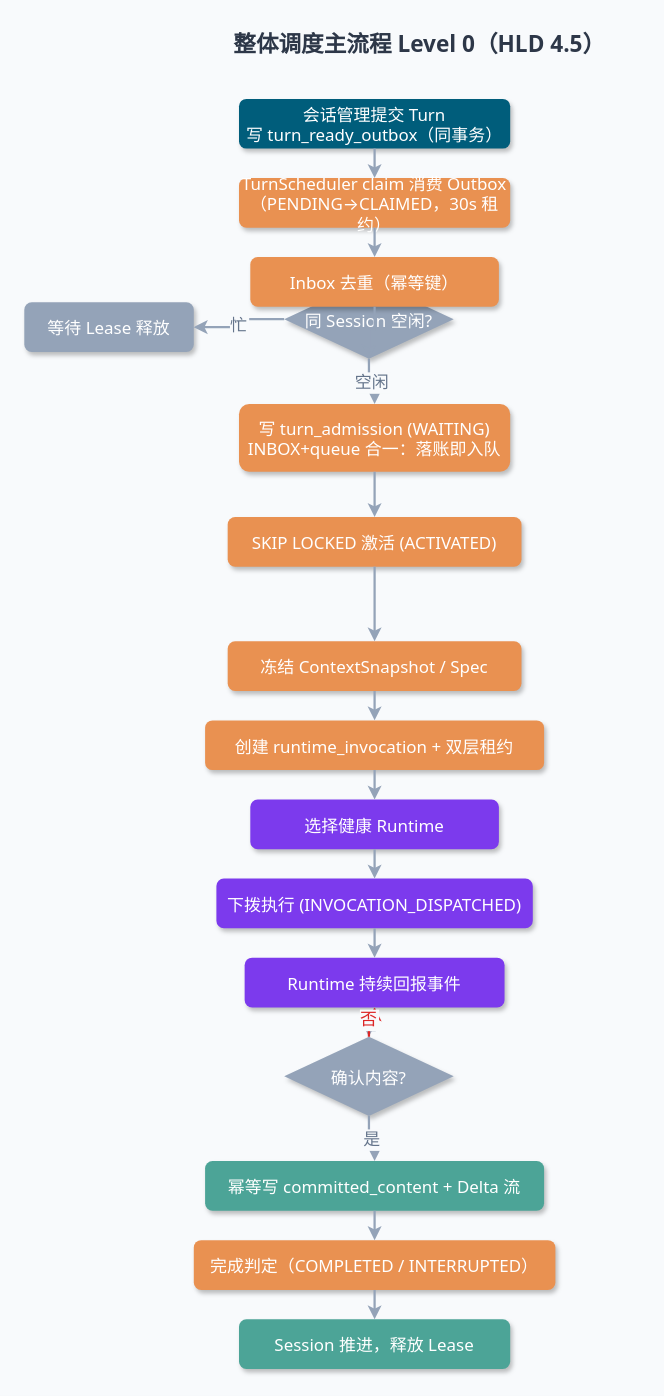
JamesLi-NLP/AgentGateway keeps this draw.io diagram as page "level0-scheduling" (5 of 7) of design/diagrams/drawio/turn-scheduler-hld.drawio. Above is the earlier version. Source tidied: cells renumbered, new cells numbered last; positions are measured from the earlier drawing's top-left corner, leaving out a move shared by most shapes. Both pictures are drawn from the tidied source at 113%, with x=0, y=0 at pixel (24, 19).
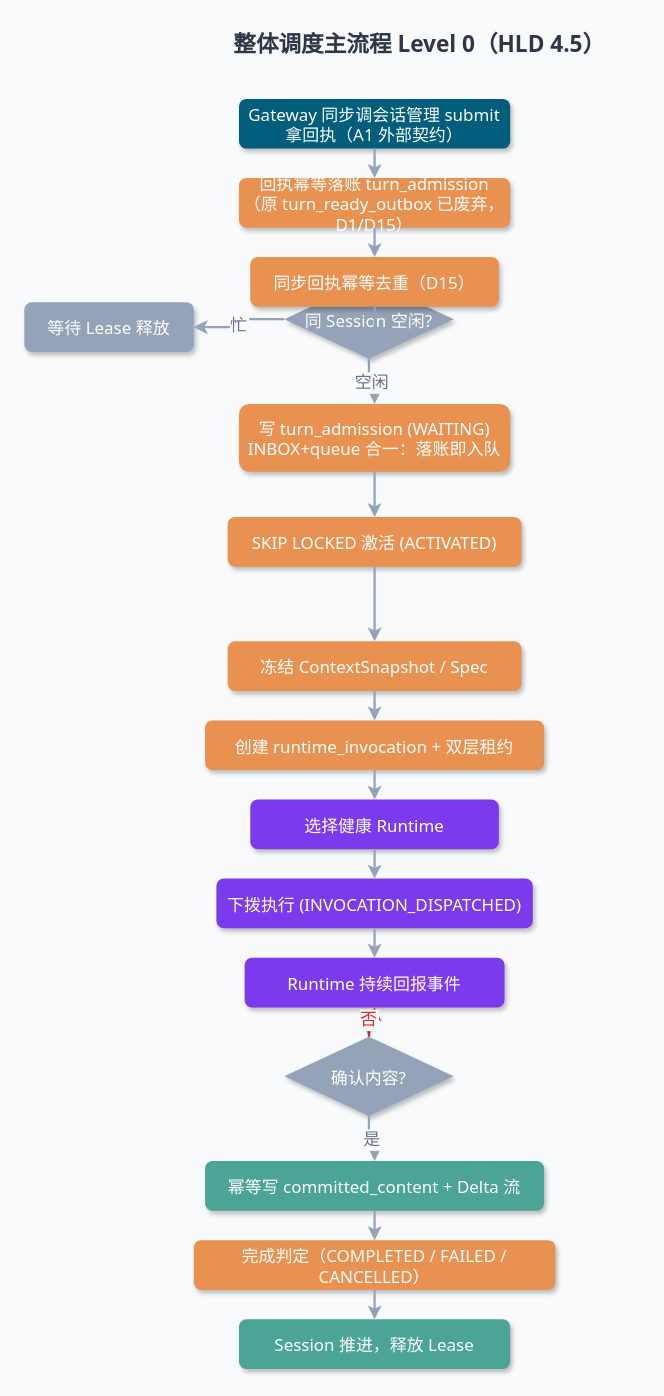
After the change.

Change to the diagram source:
```diff
@@
-    <mxCell id="5" value="会话管理提交 Turn&#10;写 turn_ready_outbox（同事务）" style="rounded=1;whiteSpace=wrap;fillColor=#005D7B;strokeColor=none;fontColor=#FFFFFF;fontFamily=system-ui, -apple-system, PingFang SC, Microsoft YaHei, sans-serif;fontSize=15;shadow=1;" parent="1" vertex="1">
+    <mxCell id="5" value="Gateway 同步调会话管理 submit&#10;拿回执（A1 外部契约）" style="rounded=1;whiteSpace=wrap;fillColor=#005D7B;strokeColor=none;fontColor=#FFFFFF;fontFamily=system-ui, -apple-system, PingFang SC, Microsoft YaHei, sans-serif;fontSize=15;shadow=1;" parent="1" vertex="1">
       <mxGeometry x="190" y="70" width="240" height="44" as="geometry" />
     </mxCell>
-    <mxCell id="6" value="TurnScheduler claim 消费 Outbox&#10;（PENDING→CLAIMED，30s 租约）" style="rounded=1;whiteSpace=wrap;fillColor=#E99151;strokeColor=none;fontColor=#FFFFFF;fontFamily=system-ui, -apple-system, PingFang SC, Microsoft YaHei, sans-serif;fontSize=15;shadow=1;" parent="1" vertex="1">
+    <mxCell id="6" value="回执幂等落账 turn_admission&#10;（原 turn_ready_outbox 已废弃，D1/D15）" style="rounded=1;whiteSpace=wrap;fillColor=#E99151;strokeColor=none;fontColor=#FFFFFF;fontFamily=system-ui, -apple-system, PingFang SC, Microsoft YaHei, sans-serif;fontSize=15;shadow=1;" parent="1" vertex="1">
       <mxGeometry x="190" y="140" width="240" height="44" as="geometry" />
     </mxCell>
-    <mxCell id="7" value="Inbox 去重（幂等键）" style="rounded=1;whiteSpace=wrap;fillColor=#E99151;strokeColor=none;fontColor=#FFFFFF;fontFamily=system-ui, -apple-system, PingFang SC, Microsoft YaHei, sans-serif;fontSize=15;shadow=1;" parent="1" vertex="1">
+    <mxCell id="7" value="同步回执幂等去重（D15）" style="rounded=1;whiteSpace=wrap;fillColor=#E99151;strokeColor=none;fontColor=#FFFFFF;fontFamily=system-ui, -apple-system, PingFang SC, Microsoft YaHei, sans-serif;fontSize=15;shadow=1;" parent="1" vertex="1">
       <mxGeometry x="200" y="210" width="220" height="44" as="geometry" />
     </mxCell>
@@
-    <mxCell id="17" value="完成判定（COMPLETED / INTERRUPTED）" style="rounded=1;whiteSpace=wrap;fillColor=#E99151;strokeColor=none;fontColor=#FFFFFF;fontFamily=system-ui, -apple-system, PingFang SC, Microsoft YaHei, sans-serif;fontSize=15;shadow=1;" parent="1" vertex="1">
+    <mxCell id="17" value="完成判定（COMPLETED / FAILED / CANCELLED）" style="rounded=1;whiteSpace=wrap;fillColor=#E99151;strokeColor=none;fontColor=#FFFFFF;fontFamily=system-ui, -apple-system, PingFang SC, Microsoft YaHei, sans-serif;fontSize=15;shadow=1;" parent="1" vertex="1">
       <mxGeometry x="150" y="1080" width="320" height="44" as="geometry" />
     </mxCell>
```
